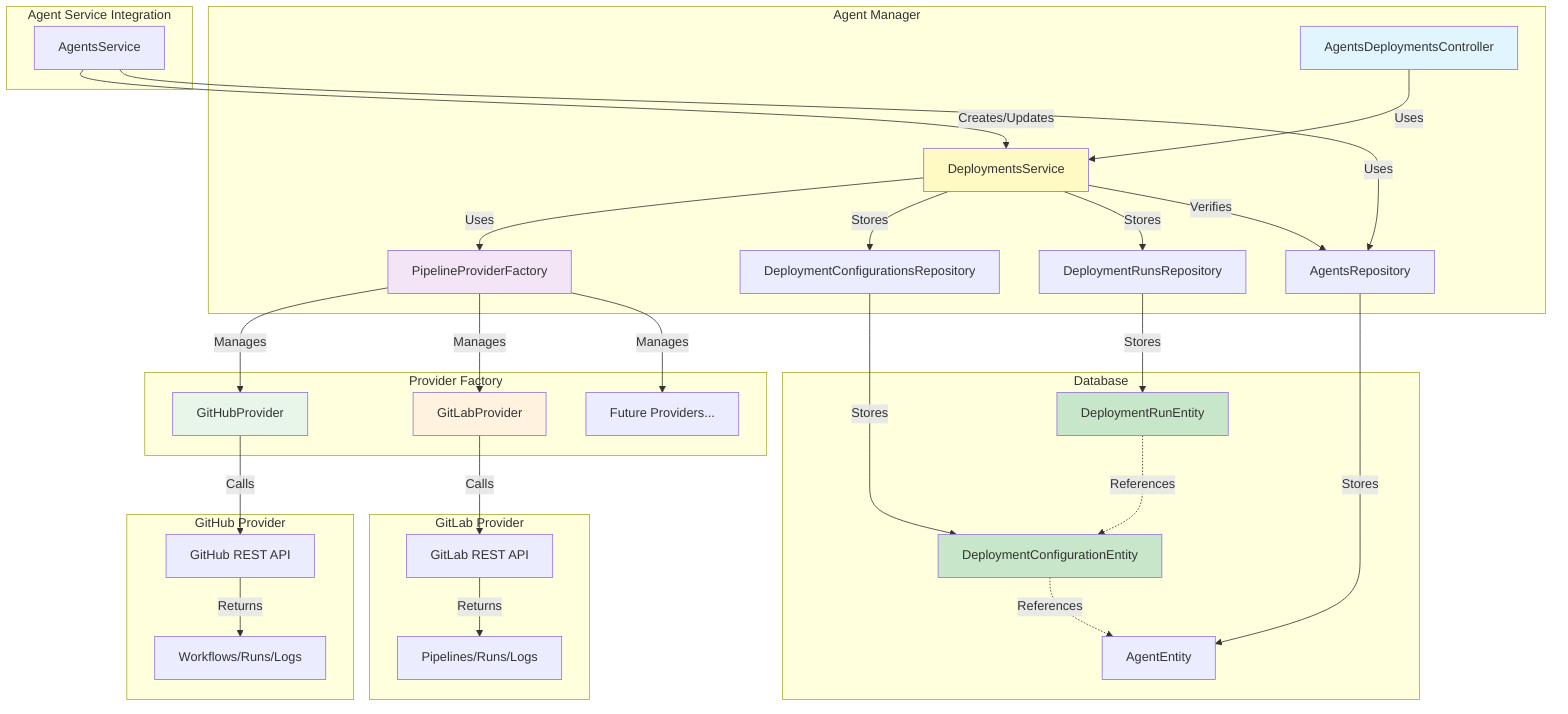
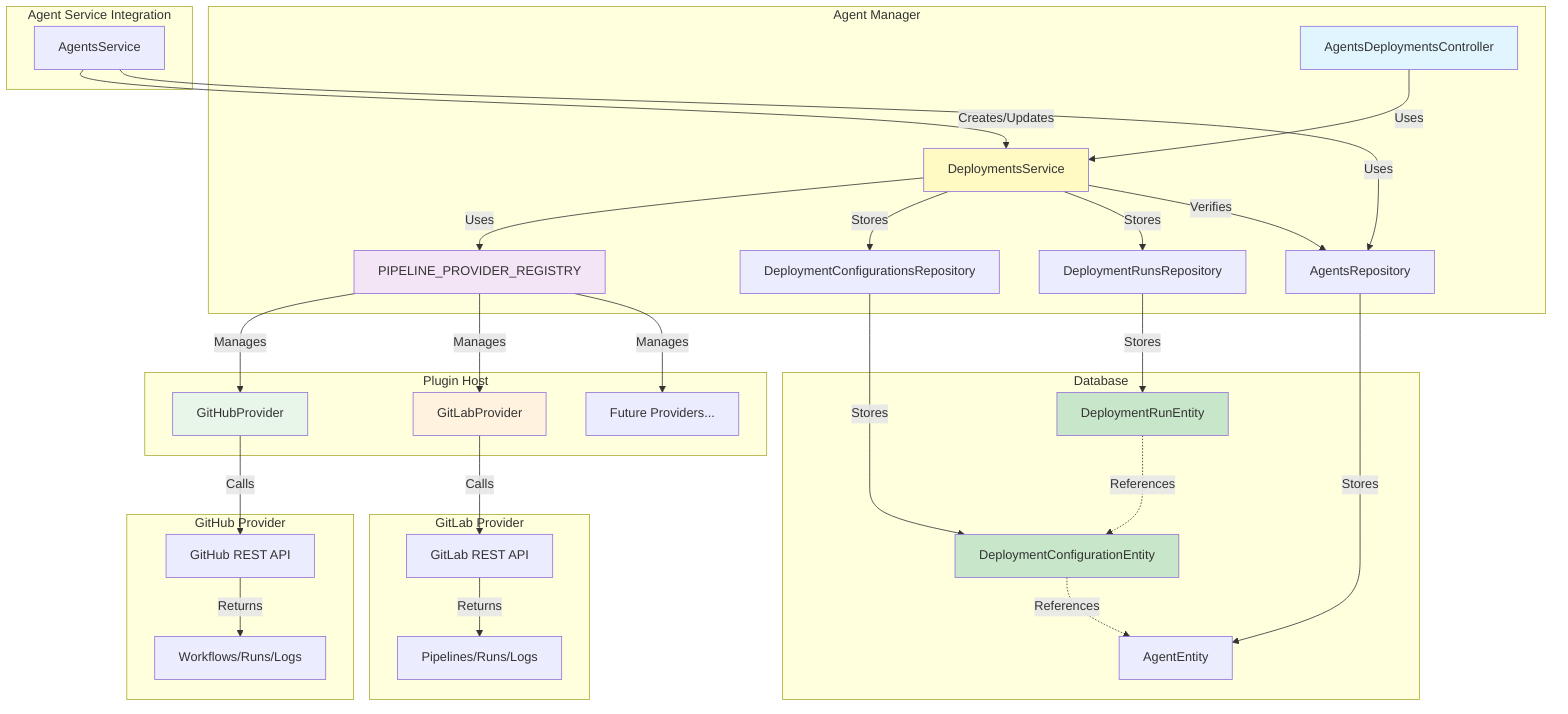
graph TB
    subgraph "Agent Manager"
        AC[AgentsDeploymentsController]
        AC --> |Uses| DS[DeploymentsService]
-         DS --> |Uses| PPF[PipelineProviderFactory]
+         DS --> |Uses| PPR[PIPELINE_PROVIDER_REGISTRY]
        DS --> |Stores| DCR[DeploymentConfigurationsRepository]
        DS --> |Stores| DRR[DeploymentRunsRepository]
        DS --> |Verifies| AR[AgentsRepository]
    end

-     subgraph "Provider Factory"
-         PPF --> |Manages| GP[GitHubProvider]
-         PPF --> |Manages| GLP[GitLabProvider]
-         PPF --> |Manages| FP[Future Providers...]
+     subgraph "Plugin Host"
+         PPR --> |Manages| GP[GitHubProvider]
+         PPR --> |Manages| GLP[GitLabProvider]
+         PPR --> |Manages| FP[Future Providers...]
    end

    subgraph "GitHub Provider"
        GP --> |Calls| GHA[GitHub REST API]
        GHA --> |Returns| WR[Workflows/Runs/Logs]
    end

    subgraph "GitLab Provider"
        GLP --> |Calls| GLAPI[GitLab REST API]
        GLAPI --> |Returns| PR[Pipelines/Runs/Logs]
    end

    subgraph "Database"
        DCR --> |Stores| DCE[DeploymentConfigurationEntity]
        DRR --> |Stores| DRE[DeploymentRunEntity]
        AR --> |Stores| AE[AgentEntity]
        DCE -.->|References| AE
        DRE -.->|References| DCE
    end

    subgraph "Agent Service Integration"
        AS[AgentsService]
        AS --> |Creates/Updates| DS
        AS --> |Uses| AR
    end

    style AC fill:#e1f5ff
    style DS fill:#fff9c4
-     style PPF fill:#f3e5f5
+     style PPR fill:#f3e5f5
    style GP fill:#e8f5e9
    style GLP fill:#fff3e0
    style DCE fill:#c8e6c9
    style DRE fill:#c8e6c9
